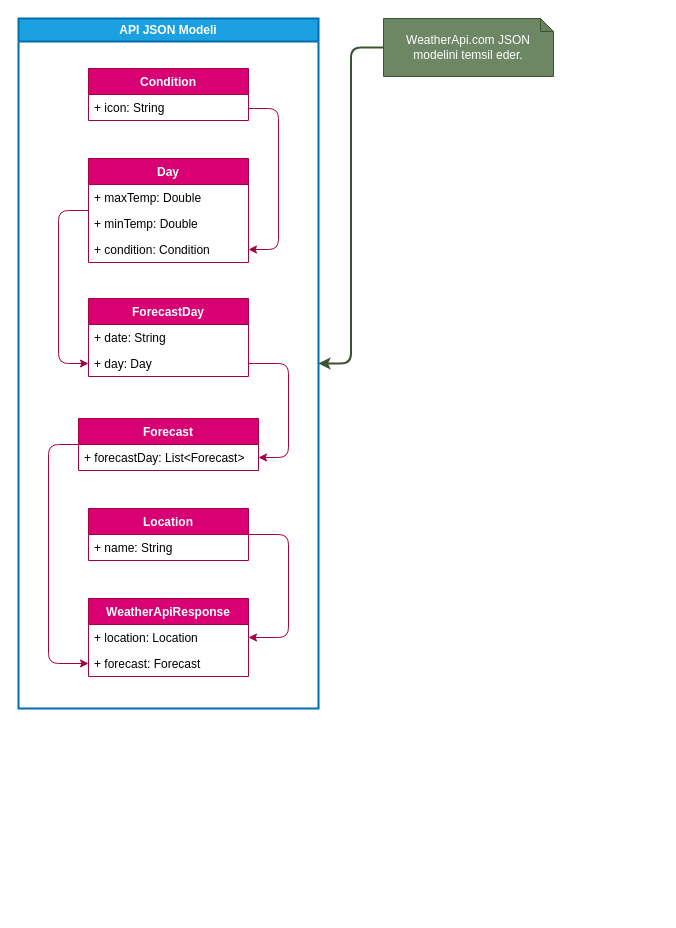
EnesEfeTokta/WeatherPlusZero keeps this draw.io diagram as page "UML" (4 of 4) of WeatherPlusZero/Planning/WeatherPlusZero.drawio. Above is the earlier version. Source tidied: cells renumbered, new cells numbered last; positions are measured from the earlier drawing's top-left corner, leaving out a move shared by most shapes. Both pictures are drawn from the tidied source at 100%, with x=0, y=0 at pixel (18, 18).
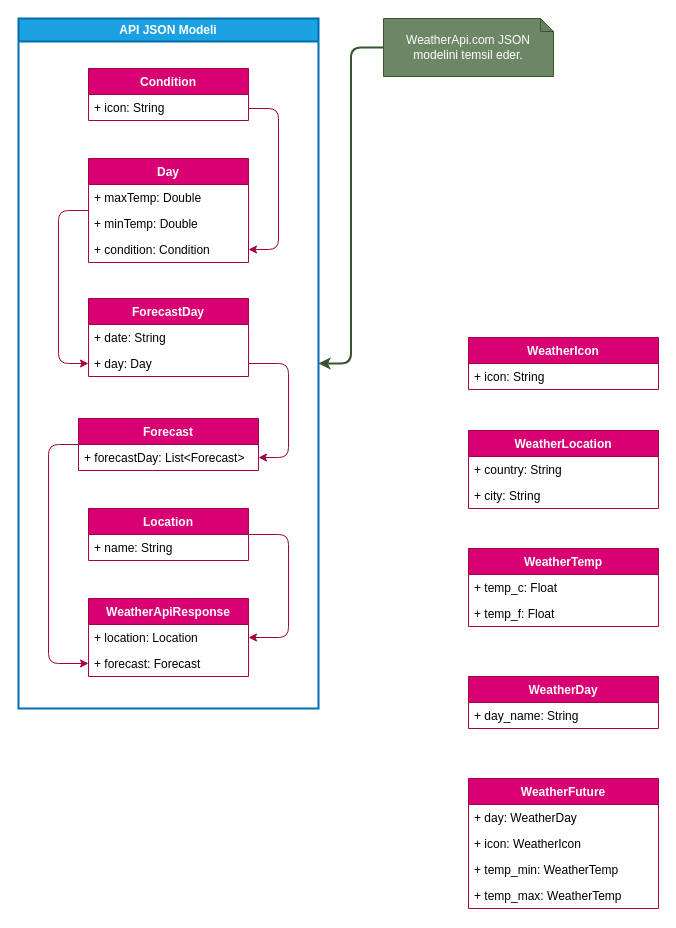
The same page after the edit.

What changed in the source:
```diff
@@
+    <mxCell id="26" value="WeatherIcon" style="swimlane;fontStyle=1;align=center;verticalAlign=top;horizontal=1;startSize=26;fillColor=#d80073;fontColor=#ffffff;strokeColor=#A50040;" parent="1" vertex="1">
+      <mxGeometry x="450" y="319" width="190" height="52" as="geometry" />
+    </mxCell>
+    <mxCell id="27" value="+ icon: String" style="text;strokeColor=none;fillColor=none;align=left;verticalAlign=top;spacingLeft=4;spacingRight=4;overflow=hidden;" parent="26" vertex="1">
+      <mxGeometry y="26" width="190" height="26" as="geometry" />
+    </mxCell>
+    <mxCell id="28" value="WeatherLocation" style="swimlane;fontStyle=1;align=center;verticalAlign=top;horizontal=1;startSize=26;fillColor=#d80073;fontColor=#ffffff;strokeColor=#A50040;" parent="1" vertex="1">
+      <mxGeometry x="450" y="412" width="190" height="78" as="geometry" />
+    </mxCell>
+    <mxCell id="29" value="+ country: String" style="text;strokeColor=none;fillColor=none;align=left;verticalAlign=top;spacingLeft=4;spacingRight=4;overflow=hidden;" parent="28" vertex="1">
+      <mxGeometry y="26" width="190" height="26" as="geometry" />
+    </mxCell>
+    <mxCell id="30" value="+ city: String" style="text;strokeColor=none;fillColor=none;align=left;verticalAlign=top;spacingLeft=4;spacingRight=4;overflow=hidden;" parent="28" vertex="1">
+      <mxGeometry y="52" width="190" height="26" as="geometry" />
+    </mxCell>
+    <mxCell id="31" value="WeatherTemp" style="swimlane;fontStyle=1;align=center;verticalAlign=top;horizontal=1;startSize=26;fillColor=#d80073;fontColor=#ffffff;strokeColor=#A50040;" parent="1" vertex="1">
+      <mxGeometry x="450" y="530" width="190" height="78" as="geometry" />
+    </mxCell>
+    <mxCell id="32" value="+ temp_c: Float" style="text;strokeColor=none;fillColor=none;align=left;verticalAlign=top;spacingLeft=4;spacingRight=4;overflow=hidden;" parent="31" vertex="1">
+      <mxGeometry y="26" width="190" height="26" as="geometry" />
+    </mxCell>
+    <mxCell id="33" value="+ temp_f: Float" style="text;strokeColor=none;fillColor=none;align=left;verticalAlign=top;spacingLeft=4;spacingRight=4;overflow=hidden;" parent="31" vertex="1">
+      <mxGeometry y="52" width="190" height="26" as="geometry" />
+    </mxCell>
+    <mxCell id="34" value="WeatherFuture" style="swimlane;fontStyle=1;align=center;verticalAlign=top;horizontal=1;startSize=26;fillColor=#d80073;fontColor=#ffffff;strokeColor=#A50040;" parent="1" vertex="1">
+      <mxGeometry x="450" y="760" width="190" height="130" as="geometry" />
+    </mxCell>
+    <mxCell id="35" value="+ day: WeatherDay" style="text;strokeColor=none;fillColor=none;align=left;verticalAlign=top;spacingLeft=4;spacingRight=4;overflow=hidden;" parent="34" vertex="1">
+      <mxGeometry y="26" width="190" height="26" as="geometry" />
+    </mxCell>
+    <mxCell id="36" value="+ icon: WeatherIcon" style="text;strokeColor=none;fillColor=none;align=left;verticalAlign=top;spacingLeft=4;spacingRight=4;overflow=hidden;" parent="34" vertex="1">
+      <mxGeometry y="52" width="190" height="26" as="geometry" />
+    </mxCell>
+    <mxCell id="37" value="+ temp_min: WeatherTemp" style="text;strokeColor=none;fillColor=none;align=left;verticalAlign=top;spacingLeft=4;spacingRight=4;overflow=hidden;" parent="34" vertex="1">
+      <mxGeometry y="78" width="190" height="26" as="geometry" />
+    </mxCell>
+    <mxCell id="38" value="+ temp_max: WeatherTemp" style="text;strokeColor=none;fillColor=none;align=left;verticalAlign=top;spacingLeft=4;spacingRight=4;overflow=hidden;" parent="34" vertex="1">
+      <mxGeometry y="104" width="190" height="26" as="geometry" />
+    </mxCell>
+    <mxCell id="39" value="WeatherDay" style="swimlane;fontStyle=1;align=center;verticalAlign=top;horizontal=1;startSize=26;fillColor=#d80073;fontColor=#ffffff;strokeColor=#A50040;" parent="1" vertex="1">
+      <mxGeometry x="450" y="658" width="190" height="52" as="geometry" />
+    </mxCell>
+    <mxCell id="40" value="+ day_name: String" style="text;strokeColor=none;fillColor=none;align=left;verticalAlign=top;spacingLeft=4;spacingRight=4;overflow=hidden;" parent="39" vertex="1">
+      <mxGeometry y="26" width="190" height="26" as="geometry" />
+    </mxCell>
```
